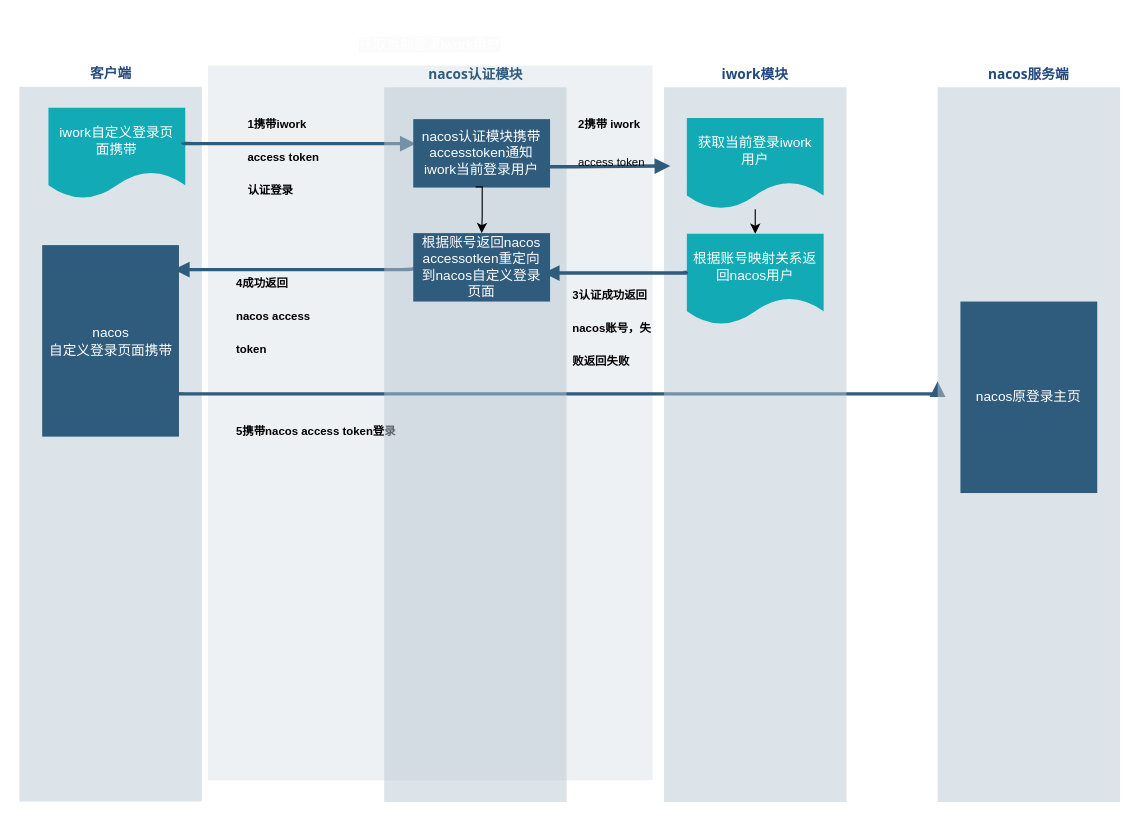
zhao0419/apiserver keeps this draw.io diagram as 未命名绘图.drawio. Above is the earlier version. Source tidied: cells renumbered, new cells numbered last; positions are measured from the earlier drawing's top-left corner, leaving out a move shared by most shapes. Both pictures are drawn from the tidied source at 114%, with x=0, y=0 at pixel (18, 39).
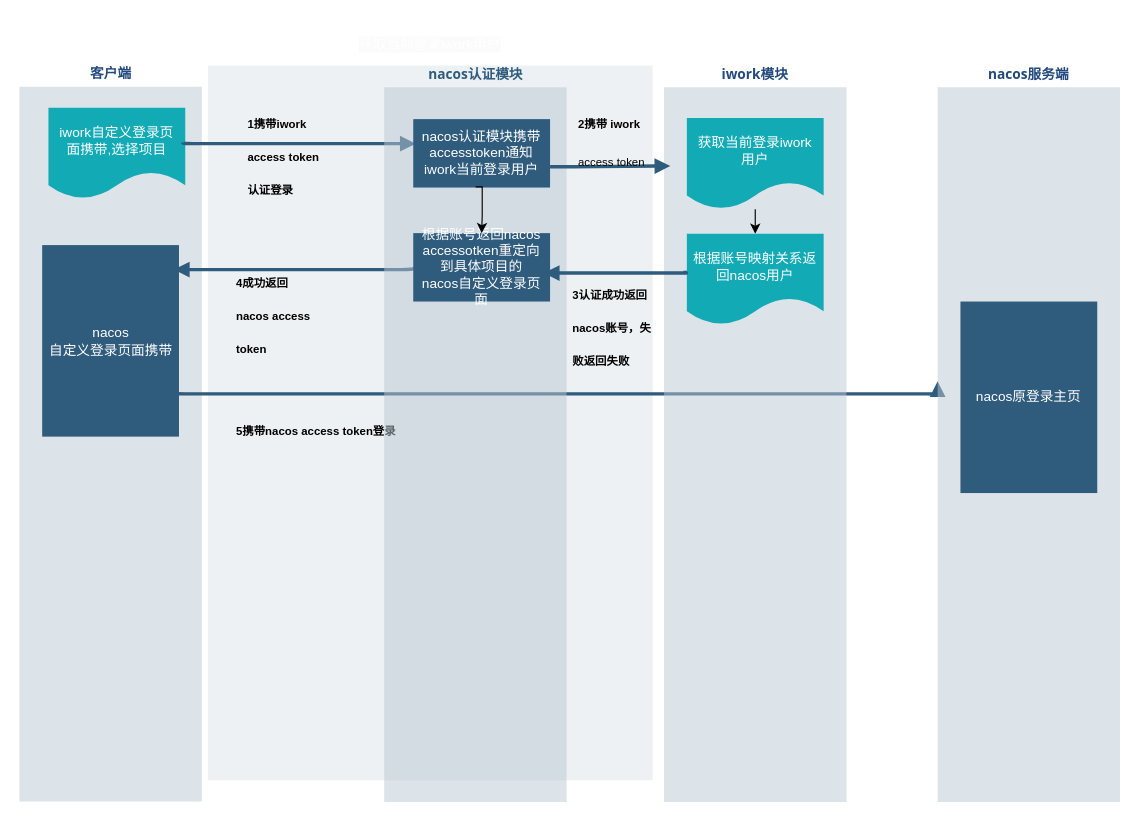
The same diagram, later.

Commit message:
更新未命名绘图.drawio

The change refers to these unchanged cells:
```xml
<mxCell id="2" value="&lt;font color=&quot;#23497d&quot;&gt;客户端&lt;/font&gt;" style="swimlane;whiteSpace=wrap;fillColor=none;swimlaneFillColor=#BAC8D3;fontColor=#2F5B7C;fontFamily=Tahoma;html=1;strokeColor=none;opacity=50;" parent="1" vertex="1">
  <mxGeometry x="0.5" y="18.5" width="160" height="650" as="geometry" />
</mxCell>
<mxCell id="12" value="nacos认证模块" style="swimlane;whiteSpace=wrap;fillColor=none;swimlaneFillColor=#BAC8D3;fontColor=#2F5B7C;fontFamily=Tahoma;html=1;strokeColor=none;opacity=50;" parent="1" vertex="1">
  <mxGeometry x="320.5" y="19" width="160" height="650" as="geometry" />
</mxCell>
```

What changed in the source:
```diff
@@
-    <mxCell id="3" value="iwork自定义登录页面携带" style="shape=document;whiteSpace=wrap;verticalAlign=middle;strokeColor=none;fillColor=#12aab5;shadow=0;fontColor=#FFFFFF;fontFamily=Helvetica;fontStyle=0;html=1;fontSize=12;spacing=6;spacingBottom=22;" parent="2" vertex="1">
+    <mxCell id="3" value="iwork自定义登录页面携带,选择项目" style="shape=document;whiteSpace=wrap;verticalAlign=middle;strokeColor=none;fillColor=#12aab5;shadow=0;fontColor=#FFFFFF;fontFamily=Helvetica;fontStyle=0;html=1;fontSize=12;spacing=6;spacingBottom=22;" parent="2" vertex="1">
       <mxGeometry x="25.5" y="41.5" width="120" height="80" as="geometry" />
     </mxCell>
@@
-    <mxCell id="14" value="根据账号返回nacos accessotken重定向到nacos自定义登录页面" style="whiteSpace=wrap;strokeColor=none;fillColor=#2f5b7c;shadow=0;fontColor=#FFFFFF;fontFamily=Helvetica;fontStyle=0;html=1;fontSize=12;spacing=6;verticalAlign=middle;" parent="12" vertex="1">
+    <mxCell id="14" value="根据账号返回nacos accessotken重定向到具体项目的&lt;br&gt;nacos自定义登录页面" style="whiteSpace=wrap;strokeColor=none;fillColor=#2f5b7c;shadow=0;fontColor=#FFFFFF;fontFamily=Helvetica;fontStyle=0;html=1;fontSize=12;spacing=6;verticalAlign=middle;" parent="12" vertex="1">
       <mxGeometry x="25.5" y="151" width="120" height="60" as="geometry" />
     </mxCell>
```
